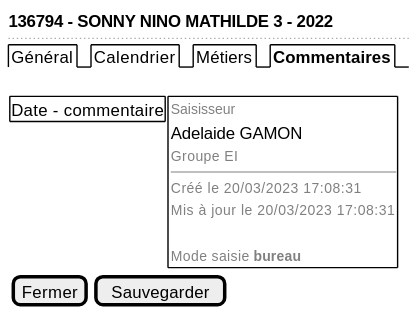
Above: projects/activity-calendar/spe/images/activity-calendar-comments.svg in sumaris-net/sumaris-doc (PlantUML), before the change. The source it was exported from:
```plantuml
@startsalt
{
  <b>136794 - SONNY NINO MATHILDE 3 - 2022
  ..
  {/ Général | Calendrier | Métiers | <b>Commentaires }
  .



    {
     {# Date - commentaire } |
     {+
                { <font color=grey size=10>Saisisseur
                Adelaide GAMON
                <font color=grey size=10>Groupe EI
                --
                <font color=grey size=10>Créé le 20/03/2023 17:08:31
                <font color=grey size=10>Mis à jour le 20/03/2023 17:08:31
                .
                <font color=grey size=10>Mode saisie <b>bureau
     }}
    }

  { [Fermer] | [Sauvegarder] }
}
@endsalt
```
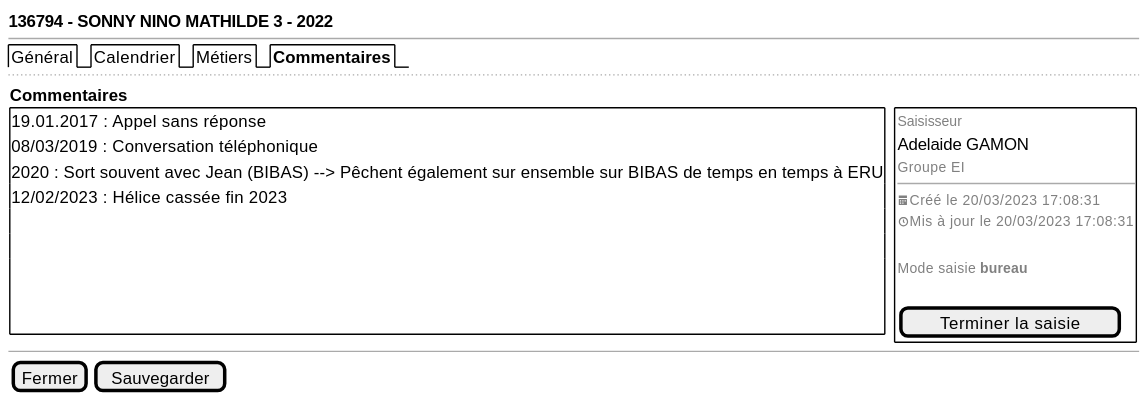
After the commit.

What changed in the source:
```diff
@@ -1,26 +1,36 @@
 @startsalt
 {
   <b>136794 - SONNY NINO MATHILDE 3 - 2022
+  --
+
+  {/ Général | Calendrier | Métiers | <b>Commentaires }
   ..
-  {/ Général | Calendrier | Métiers | <b>Commentaires }
-  .
 
-
-
-    {
-     {# Date - commentaire } |
+    {<b>Commentaires
+     {+ 19.01.2017 : Appel sans réponse
+        08/03/2019 : Conversation téléphonique
+        2020 : Sort souvent avec Jean (BIBAS) --> Pêchent également sur ensemble sur BIBAS de temps en temps à ERU
+        12/02/2023 : Hélice cassée fin 2023
+        .
+        .
+        .
+        .
+        .
+     } | . |
      {+
                 { <font color=grey size=10>Saisisseur
                 Adelaide GAMON
                 <font color=grey size=10>Groupe EI
                 --
-                <font color=grey size=10>Créé le 20/03/2023 17:08:31
-                <font color=grey size=10>Mis à jour le 20/03/2023 17:08:31
+                <font color=grey size=10><&calendar>Créé le 20/03/2023 17:08:31
+                <font color=grey size=10><&clock>Mis à jour le 20/03/2023 17:08:31
                 .
                 <font color=grey size=10>Mode saisie <b>bureau
+                .
+                [ Terminer la saisie]
      }}
     }
-
+  --
   { [Fermer] | [Sauvegarder] }
 }
 @endsalt
```
